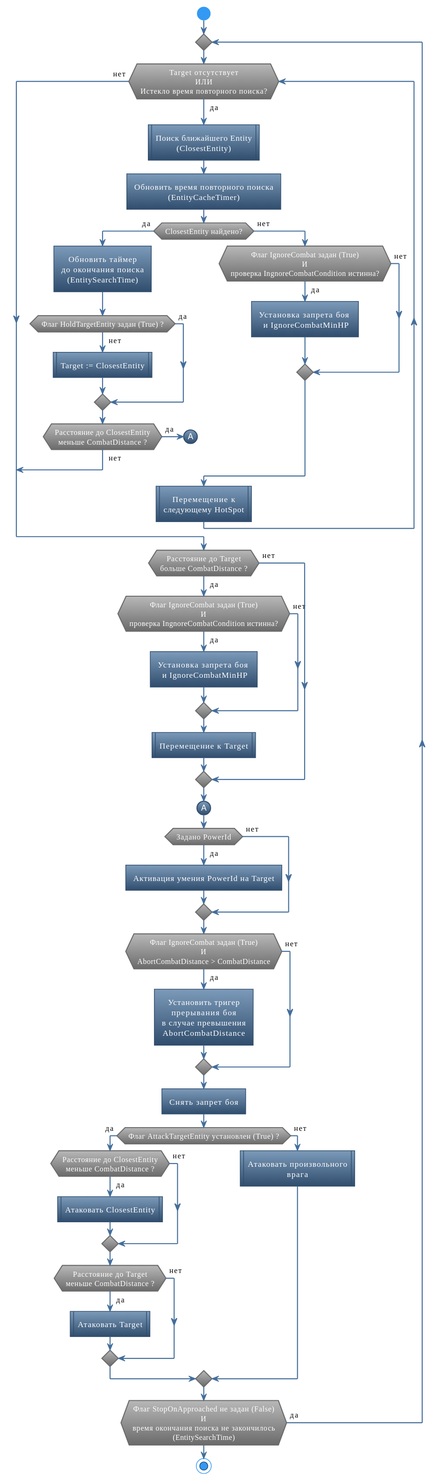
Earlier version of the PlantUML export Quester/Actions/diagrams/MoveToEntity.svg (qpAHTA3EP/EntityToolsDocs).
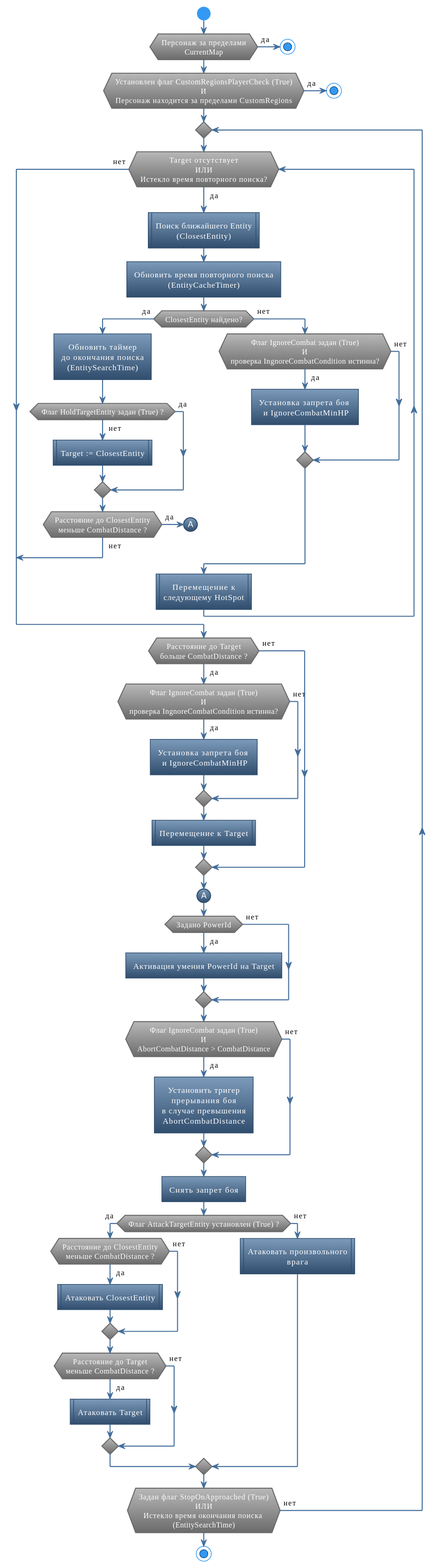
Later version of the same file.

The edit, as a diff of the source:
```diff
@@ -3,6 +3,14 @@
 skinparam DefaultTextAlignment Center
 
 start
+
+if (Персонаж за пределами\nCurrentMap) then (<color:black>да)
+    stop
+endif
+
+if (Установлен флаг CustomRegionsPlayerCheck (True)\nИ\nПерсонаж находится за пределами CustomRegions) then (<color:black>да)
+    stop
+endif
 
 repeat
 
@@ -65,7 +73,7 @@
     :Атаковать произвольного\nврага|
 endif
 
-repeat while (Флаг StopOnApproached не задан (False)\nИ\nвремя окончания поиска не закончилось\n(EntitySearchTime)) is (<color:black>да)
+repeat while (Задан флаг StopOnApproached (True)\nИЛИ\nИстекло время окончания поиска \n(EntitySearchTime)) is (<color:black>нет)
 
 stop
 
```
